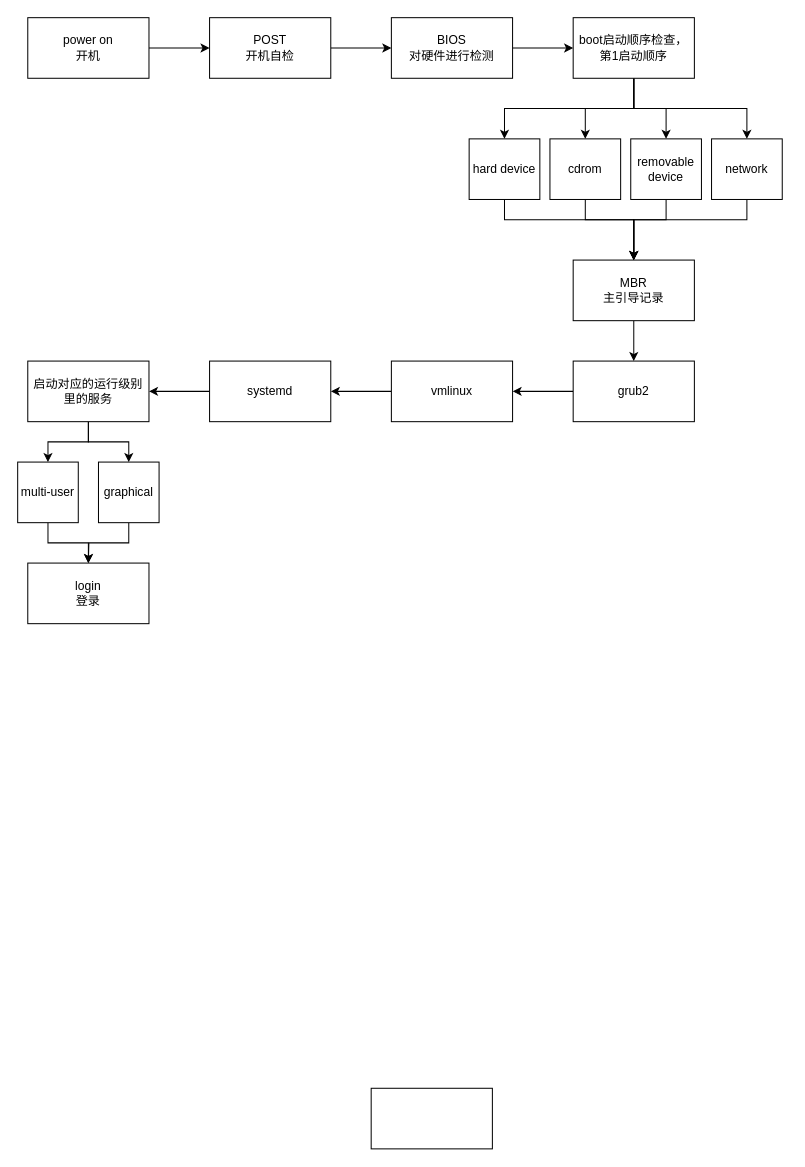
Before: 开机启动流程.drawio in wupei-w/diagrams, a draw.io diagram. Source tidied: cells renumbered, new cells numbered last; positions are measured from the earlier drawing's top-left corner, leaving out a move shared by most shapes. Both pictures are drawn from the tidied source at 101%, with x=0, y=0 at pixel (17, 17).
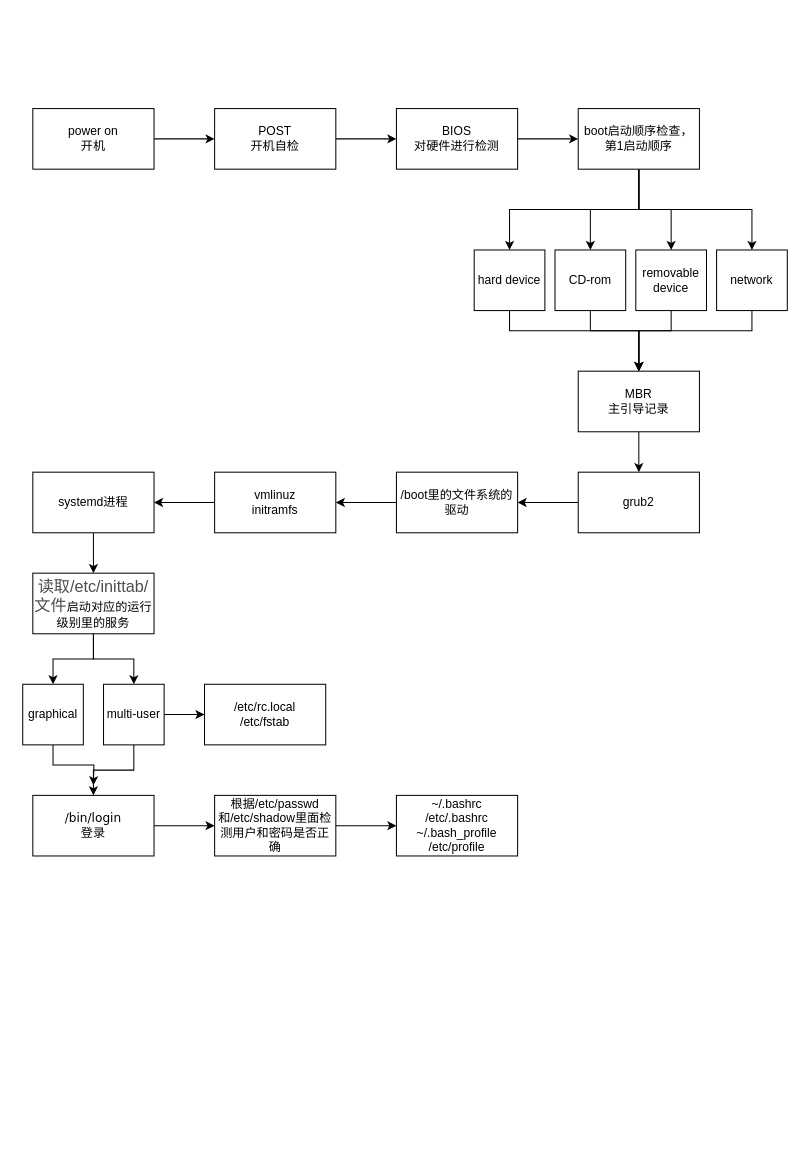
The same page after the edit.

Commit message:
开机启动流程.drawio

Change to the diagram source:
```diff
@@
-    <mxCell id="2" style="rounded=0;whiteSpace=wrap;html=1;" parent="1" vertex="1">
-      <mxGeometry x="350" y="1060" width="120" height="60" as="geometry" />
-    </mxCell>
@@
     <mxCell id="4" value="power on&lt;br&gt;开机" style="rounded=0;whiteSpace=wrap;html=1;" parent="1" vertex="1">
-      <mxGeometry x="10" width="120" height="60" as="geometry" />
+      <mxGeometry x="15" y="90" width="120" height="60" as="geometry" />
     </mxCell>
@@
     <mxCell id="6" value="POST&lt;br&gt;开机自检" style="rounded=0;whiteSpace=wrap;html=1;" parent="1" vertex="1">
-      <mxGeometry x="190" width="120" height="60" as="geometry" />
+      <mxGeometry x="195" y="90" width="120" height="60" as="geometry" />
     </mxCell>
@@
     <mxCell id="8" value="BIOS&lt;br&gt;对硬件进行检测" style="rounded=0;whiteSpace=wrap;html=1;" parent="1" vertex="1">
-      <mxGeometry x="370" width="120" height="60" as="geometry" />
+      <mxGeometry x="375" y="90" width="120" height="60" as="geometry" />
     </mxCell>
@@
     <mxCell id="13" value="boot启动顺序检查，第1启动顺序" style="rounded=0;whiteSpace=wrap;html=1;" parent="1" vertex="1">
-      <mxGeometry x="550" width="120" height="60" as="geometry" />
+      <mxGeometry x="555" y="90" width="120" height="60" as="geometry" />
     </mxCell>
     <mxCell id="14" style="edgeStyle=orthogonalEdgeStyle;rounded=0;jettySize=auto;html=1;exitX=0.5;exitY=1;exitDx=0;exitDy=0;entryX=0.5;entryY=0;entryDx=0;entryDy=0;" parent="1" edge="1" source="15" target="23">
       <mxGeometry relative="1" as="geometry">
         <Array as="points">
-          <mxPoint x="482" y="200" />
-          <mxPoint x="610" y="200" />
+          <mxPoint x="487" y="310" />
+          <mxPoint x="615" y="310" />
         </Array>
       </mxGeometry>
     </mxCell>
     <mxCell id="15" value="hard device" style="rounded=0;whiteSpace=wrap;html=1;" parent="1" vertex="1">
-      <mxGeometry x="447" y="120" width="70" height="60" as="geometry" />
+      <mxGeometry x="452" y="230" width="70" height="60" as="geometry" />
     </mxCell>
     <mxCell id="16" style="edgeStyle=orthogonalEdgeStyle;rounded=0;jettySize=auto;html=1;exitX=0.5;exitY=1;exitDx=0;exitDy=0;entryX=0.5;entryY=0;entryDx=0;entryDy=0;" parent="1" edge="1" source="17" target="23">
       <mxGeometry relative="1" as="geometry">
         <Array as="points">
-          <mxPoint x="562" y="200" />
-          <mxPoint x="610" y="200" />
+          <mxPoint x="567" y="310" />
+          <mxPoint x="615" y="310" />
         </Array>
       </mxGeometry>
     </mxCell>
-    <mxCell id="17" value="cdrom" style="rounded=0;whiteSpace=wrap;html=1;" parent="1" vertex="1">
-      <mxGeometry x="527" y="120" width="70" height="60" as="geometry" />
+    <mxCell id="17" value="CD-rom" style="rounded=0;whiteSpace=wrap;html=1;" parent="1" vertex="1">
+      <mxGeometry x="532" y="230" width="70" height="60" as="geometry" />
     </mxCell>
     <mxCell id="18" style="edgeStyle=orthogonalEdgeStyle;rounded=0;jettySize=auto;html=1;exitX=0.5;exitY=1;exitDx=0;exitDy=0;" parent="1" edge="1" source="19">
       <mxGeometry relative="1" as="geometry">
-        <mxPoint x="610" y="240" as="targetPoint" />
+        <mxPoint x="615" y="350" as="targetPoint" />
         <Array as="points">
-          <mxPoint x="642" y="200" />
-          <mxPoint x="610" y="200" />
+          <mxPoint x="647" y="310" />
+          <mxPoint x="615" y="310" />
         </Array>
       </mxGeometry>
     </mxCell>
     <mxCell id="19" value="removable device" style="rounded=0;whiteSpace=wrap;html=1;" parent="1" vertex="1">
-      <mxGeometry x="607" y="120" width="70" height="60" as="geometry" />
+      <mxGeometry x="612" y="230" width="70" height="60" as="geometry" />
     </mxCell>
     <mxCell id="20" style="edgeStyle=orthogonalEdgeStyle;rounded=0;jettySize=auto;html=1;exitX=0.5;exitY=1;exitDx=0;exitDy=0;" parent="1" edge="1" source="21">
       <mxGeometry relative="1" as="geometry">
-        <mxPoint x="610" y="240" as="targetPoint" />
+        <mxPoint x="615" y="350" as="targetPoint" />
         <Array as="points">
-          <mxPoint x="722" y="200" />
-          <mxPoint x="610" y="200" />
+          <mxPoint x="727" y="310" />
+          <mxPoint x="615" y="310" />
         </Array>
       </mxGeometry>
     </mxCell>
     <mxCell id="21" value="network" style="rounded=0;whiteSpace=wrap;html=1;" parent="1" vertex="1">
-      <mxGeometry x="687" y="120" width="70" height="60" as="geometry" />
+      <mxGeometry x="692" y="230" width="70" height="60" as="geometry" />
     </mxCell>
@@
     <mxCell id="23" value="MBR&lt;br&gt;主引导记录" style="rounded=0;whiteSpace=wrap;html=1;" parent="1" vertex="1">
-      <mxGeometry x="550" y="240" width="120" height="60" as="geometry" />
+      <mxGeometry x="555" y="350" width="120" height="60" as="geometry" />
     </mxCell>
-    <mxCell id="24" style="edgeStyle=orthogonalEdgeStyle;rounded=0;jettySize=auto;html=1;exitX=0;exitY=0.5;exitDx=0;exitDy=0;entryX=1;entryY=0.5;entryDx=0;entryDy=0;" parent="1" edge="1" source="25" target="27">
-      <mxGeometry relative="1" as="geometry" />
-    </mxCell>
+    <mxCell id="38" style="edgeStyle=orthogonalEdgeStyle;rounded=0;jettySize=auto;html=1;exitX=0;exitY=0.5;exitDx=0;exitDy=0;entryX=1;entryY=0.5;entryDx=0;entryDy=0;" parent="1" edge="1" source="25" target="42">
+      <mxGeometry relative="1" as="geometry" />
+    </mxCell>
     <mxCell id="25" value="grub2" style="rounded=0;whiteSpace=wrap;html=1;" parent="1" vertex="1">
-      <mxGeometry x="550" y="340" width="120" height="60" as="geometry" />
+      <mxGeometry x="555" y="450" width="120" height="60" as="geometry" />
     </mxCell>
@@
-    <mxCell id="27" value="vmlinux" style="rounded=0;whiteSpace=wrap;html=1;" parent="1" vertex="1">
-      <mxGeometry x="370" y="340" width="120" height="60" as="geometry" />
+    <mxCell id="27" value="vmlinuz&lt;br&gt;initramfs" style="rounded=0;whiteSpace=wrap;html=1;" parent="1" vertex="1">
+      <mxGeometry x="195" y="450" width="120" height="60" as="geometry" />
     </mxCell>
-    <mxCell id="28" style="edgeStyle=orthogonalEdgeStyle;rounded=0;jettySize=auto;html=1;exitX=0;exitY=0.5;exitDx=0;exitDy=0;entryX=1;entryY=0.5;entryDx=0;entryDy=0;" parent="1" edge="1" source="29" target="32">
+    <mxCell id="28" style="edgeStyle=orthogonalEdgeStyle;rounded=0;jettySize=auto;html=1;exitX=0.5;exitY=1;exitDx=0;exitDy=0;entryX=0.5;entryY=0;entryDx=0;entryDy=0;" parent="1" edge="1" source="29" target="32">
       <mxGeometry relative="1" as="geometry" />
     </mxCell>
-    <mxCell id="29" value="systemd" style="rounded=0;whiteSpace=wrap;html=1;" parent="1" vertex="1">
-      <mxGeometry x="190" y="340" width="120" height="60" as="geometry" />
+    <mxCell id="29" value="systemd进程" style="rounded=0;whiteSpace=wrap;html=1;" parent="1" vertex="1">
+      <mxGeometry x="15" y="450" width="120" height="60" as="geometry" />
     </mxCell>
+    <mxCell id="31" style="edgeStyle=orthogonalEdgeStyle;rounded=0;jettySize=auto;html=1;" parent="1" edge="1" source="32" target="36">
+      <mxGeometry relative="1" as="geometry">
+        <Array as="points">
+          <mxPoint x="75" y="635" />
+          <mxPoint x="35" y="635" />
+        </Array>
+      </mxGeometry>
+    </mxCell>
-    <mxCell id="30" style="edgeStyle=orthogonalEdgeStyle;rounded=0;jettySize=auto;html=1;exitX=0.5;exitY=1;exitDx=0;exitDy=0;entryX=0.5;entryY=0;entryDx=0;entryDy=0;" parent="1" edge="1" source="32" target="34">
+    <mxCell id="30" style="edgeStyle=orthogonalEdgeStyle;rounded=0;jettySize=auto;html=1;" parent="1" edge="1" source="32" target="34">
       <mxGeometry relative="1" as="geometry" />
     </mxCell>
-    <mxCell id="31" style="edgeStyle=orthogonalEdgeStyle;rounded=0;jettySize=auto;html=1;exitX=0.5;exitY=1;exitDx=0;exitDy=0;entryX=0.5;entryY=0;entryDx=0;entryDy=0;" parent="1" edge="1" source="32" target="36">
-      <mxGeometry relative="1" as="geometry" />
-    </mxCell>
-    <mxCell id="32" value="启动对应的运行级别里的服务" style="rounded=0;whiteSpace=wrap;html=1;" parent="1" vertex="1">
-      <mxGeometry x="10" y="340" width="120" height="60" as="geometry" />
+    <mxCell id="32" value="&lt;font color=&quot;#4d4d4d&quot;&gt;&lt;span style=&quot;font-size: 16px ; background-color: rgb(255 , 255 , 255)&quot;&gt;读取/etc/inittab/文件&lt;/span&gt;&lt;/font&gt;启动对应的运行级别里的服务" style="rounded=0;whiteSpace=wrap;html=1;" parent="1" vertex="1">
+      <mxGeometry x="15" y="550" width="120" height="60" as="geometry" />
     </mxCell>
@@
+    <mxCell id="39" style="edgeStyle=orthogonalEdgeStyle;rounded=0;jettySize=auto;html=1;exitX=1;exitY=0.5;exitDx=0;exitDy=0;entryX=0;entryY=0.5;entryDx=0;entryDy=0;" parent="1" edge="1" source="34" target="43">
+      <mxGeometry relative="1" as="geometry" />
+    </mxCell>
     <mxCell id="34" value="multi-user" style="rounded=0;whiteSpace=wrap;html=1;" parent="1" vertex="1">
-      <mxGeometry y="440" width="60" height="60" as="geometry" />
+      <mxGeometry x="85" y="660" width="60" height="60" as="geometry" />
     </mxCell>
     <mxCell id="35" style="edgeStyle=orthogonalEdgeStyle;rounded=0;jettySize=auto;html=1;exitX=0.5;exitY=1;exitDx=0;exitDy=0;" parent="1" edge="1" source="36">
       <mxGeometry relative="1" as="geometry">
-        <mxPoint x="70" y="540" as="targetPoint" />
+        <mxPoint x="75" y="760" as="targetPoint" />
       </mxGeometry>
     </mxCell>
     <mxCell id="36" value="&lt;span&gt;graphical&lt;/span&gt;" style="rounded=0;whiteSpace=wrap;html=1;" parent="1" vertex="1">
-      <mxGeometry x="80" y="440" width="60" height="60" as="geometry" />
+      <mxGeometry x="5" y="660" width="60" height="60" as="geometry" />
     </mxCell>
+    <mxCell id="40" style="edgeStyle=orthogonalEdgeStyle;rounded=0;jettySize=auto;html=1;exitX=1;exitY=0.5;exitDx=0;exitDy=0;entryX=0;entryY=0.5;entryDx=0;entryDy=0;" parent="1" edge="1" source="37" target="45">
+      <mxGeometry relative="1" as="geometry" />
+    </mxCell>
-    <mxCell id="37" value="login&lt;br&gt;登录" style="rounded=0;whiteSpace=wrap;html=1;" parent="1" vertex="1">
-      <mxGeometry x="10" y="540" width="120" height="60" as="geometry" />
+    <mxCell id="37" value="&lt;span style=&quot;font-family: &amp;#34;verdana&amp;#34; , &amp;#34;arial&amp;#34; , &amp;#34;helvetica&amp;#34; , sans-serif ; text-align: left ; background-color: rgb(255 , 255 , 255)&quot;&gt;/bin/login&lt;/span&gt;&lt;br&gt;登录" style="rounded=0;whiteSpace=wrap;html=1;" parent="1" vertex="1">
+      <mxGeometry x="15" y="770" width="120" height="60" as="geometry" />
     </mxCell>
+    <mxCell id="41" style="edgeStyle=orthogonalEdgeStyle;rounded=0;jettySize=auto;html=1;exitX=0;exitY=0.5;exitDx=0;exitDy=0;" parent="1" edge="1" source="42" target="27">
+      <mxGeometry relative="1" as="geometry" />
+    </mxCell>
+    <mxCell id="42" value="/boot里的文件系统的驱动" style="rounded=0;whiteSpace=wrap;html=1;" parent="1" vertex="1">
+      <mxGeometry x="375" y="450" width="120" height="60" as="geometry" />
+    </mxCell>
+    <mxCell id="43" value="/etc/rc.local&lt;br&gt;&lt;span&gt;/etc/fstab&lt;/span&gt;" style="rounded=0;whiteSpace=wrap;html=1;" parent="1" vertex="1">
+      <mxGeometry x="185" y="660" width="120" height="60" as="geometry" />
+    </mxCell>
+    <mxCell id="44" style="edgeStyle=orthogonalEdgeStyle;rounded=0;jettySize=auto;html=1;exitX=1;exitY=0.5;exitDx=0;exitDy=0;entryX=0;entryY=0.5;entryDx=0;entryDy=0;" parent="1" edge="1" source="45" target="46">
+      <mxGeometry relative="1" as="geometry" />
+    </mxCell>
+    <mxCell id="45" value="根据/etc/passwd和/etc/shadow里面检测用户和密码是否正确" style="rounded=0;whiteSpace=wrap;html=1;" parent="1" vertex="1">
+      <mxGeometry x="195" y="770" width="120" height="60" as="geometry" />
+    </mxCell>
+    <mxCell id="46" value="~/.bashrc&lt;br&gt;/etc/.bashrc&lt;br&gt;~/.bash_profile&lt;br&gt;/etc/profile" style="rounded=0;whiteSpace=wrap;html=1;" parent="1" vertex="1">
+      <mxGeometry x="375" y="770" width="120" height="60" as="geometry" />
+    </mxCell>
```
